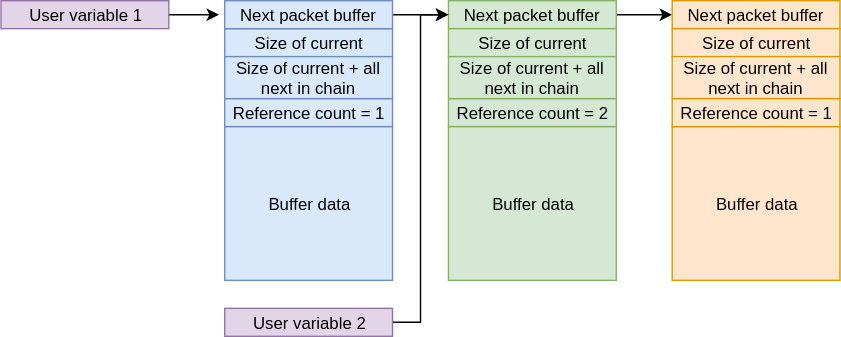
Before: docs/src/pbuf_block_diagram.svg, a diagram exported from draw.io (gopimn/GSM_AT_Lib_res). Source tidied: cells renumbered, new cells last; positions are measured from the earlier drawing's top-left corner, leaving out a move shared by most shapes.
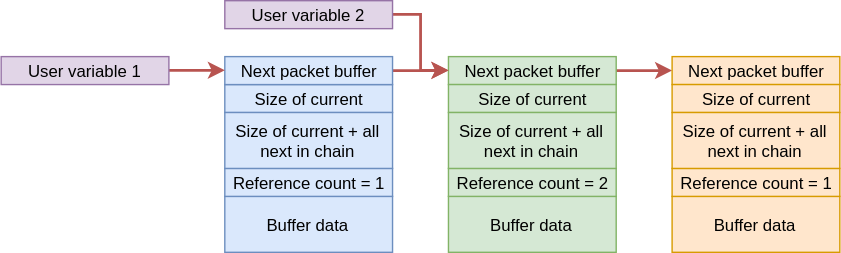
After the change.

Diff of the diagram source:
```diff
@@ -3,36 +3,36 @@
     <mxCell id="0" />
     <mxCell id="1" parent="0" />
     <mxCell id="2" value="Buffer data" style="rounded=0;whiteSpace=wrap;html=1;fontSize=12;fillColor=#dae8fc;strokeColor=#6c8ebf;" parent="1" vertex="1">
-      <mxGeometry x="160" y="90" width="120" height="110" as="geometry" />
+      <mxGeometry x="160" y="100" width="120" height="40" as="geometry" />
     </mxCell>
     <mxCell id="3" value="Reference count = 1" style="rounded=0;whiteSpace=wrap;html=1;fontSize=12;fillColor=#dae8fc;strokeColor=#6c8ebf;" parent="1" vertex="1">
-      <mxGeometry x="160" y="70" width="120" height="20" as="geometry" />
+      <mxGeometry x="160" y="80" width="120" height="20" as="geometry" />
     </mxCell>
     <mxCell id="4" value="Size of current" style="rounded=0;whiteSpace=wrap;html=1;fontSize=12;fillColor=#dae8fc;strokeColor=#6c8ebf;" parent="1" vertex="1">
       <mxGeometry x="160" y="20" width="120" height="20" as="geometry" />
     </mxCell>
     <mxCell id="5" value="Buffer data" style="rounded=0;whiteSpace=wrap;html=1;fontSize=12;fillColor=#d5e8d4;strokeColor=#82b366;" parent="1" vertex="1">
-      <mxGeometry x="320" y="90" width="120" height="110" as="geometry" />
+      <mxGeometry x="320" y="100" width="120" height="40" as="geometry" />
     </mxCell>
     <mxCell id="6" value="Reference count = 2" style="rounded=0;whiteSpace=wrap;html=1;fontSize=12;fillColor=#d5e8d4;strokeColor=#82b366;" parent="1" vertex="1">
-      <mxGeometry x="320" y="70" width="120" height="20" as="geometry" />
+      <mxGeometry x="320" y="80" width="120" height="20" as="geometry" />
     </mxCell>
-    <mxCell id="7" style="edgeStyle=orthogonalEdgeStyle;rounded=0;html=1;jettySize=auto;fontSize=12;" parent="1" edge="1" source="8" target="11">
+    <mxCell id="7" style="edgeStyle=orthogonalEdgeStyle;rounded=0;html=1;jettySize=auto;fontSize=12;strokeWidth=2;fillColor=#f8cecc;strokeColor=#b85450;" parent="1" edge="1" source="8" target="11">
       <mxGeometry relative="1" as="geometry" />
     </mxCell>
     <mxCell id="8" value="Next packet buffer" style="rounded=0;whiteSpace=wrap;html=1;fontSize=12;fillColor=#d5e8d4;strokeColor=#82b366;" parent="1" vertex="1">
       <mxGeometry x="320" width="120" height="20" as="geometry" />
     </mxCell>
     <mxCell id="9" value="Buffer data" style="rounded=0;whiteSpace=wrap;html=1;fontSize=12;fillColor=#ffe6cc;strokeColor=#d79b00;" parent="1" vertex="1">
-      <mxGeometry x="480" y="90" width="120" height="110" as="geometry" />
+      <mxGeometry x="480" y="100" width="120" height="40" as="geometry" />
     </mxCell>
     <mxCell id="10" value="Reference count = 1" style="rounded=0;whiteSpace=wrap;html=1;fontSize=12;fillColor=#ffe6cc;strokeColor=#d79b00;" parent="1" vertex="1">
-      <mxGeometry x="480" y="70" width="120" height="20" as="geometry" />
+      <mxGeometry x="480" y="80" width="120" height="20" as="geometry" />
     </mxCell>
     <mxCell id="11" value="Next packet buffer" style="rounded=0;whiteSpace=wrap;html=1;fontSize=12;fillColor=#ffe6cc;strokeColor=#d79b00;" parent="1" vertex="1">
       <mxGeometry x="480" width="120" height="20" as="geometry" />
     </mxCell>
-    <mxCell id="12" style="edgeStyle=orthogonalEdgeStyle;rounded=0;html=1;jettySize=auto;fontSize=12;" parent="1" edge="1" source="13" target="8">
+    <mxCell id="12" style="edgeStyle=orthogonalEdgeStyle;rounded=0;html=1;jettySize=auto;fontSize=12;strokeWidth=2;fillColor=#f8cecc;strokeColor=#b85450;" parent="1" edge="1" source="13" target="8">
       <mxGeometry relative="1" as="geometry" />
     </mxCell>
     <mxCell id="13" value="Next packet buffer" style="rounded=0;whiteSpace=wrap;html=1;fontSize=12;fillColor=#dae8fc;strokeColor=#6c8ebf;" parent="1" vertex="1">
@@ -45,31 +45,31 @@
       <mxGeometry x="480" y="20" width="120" height="20" as="geometry" />
     </mxCell>
     <mxCell id="16" value="Size of current + all next in chain" style="rounded=0;whiteSpace=wrap;html=1;fontSize=12;fillColor=#dae8fc;strokeColor=#6c8ebf;" parent="1" vertex="1">
-      <mxGeometry x="160" y="40" width="120" height="30" as="geometry" />
+      <mxGeometry x="160" y="40" width="120" height="40" as="geometry" />
     </mxCell>
     <mxCell id="17" value="Size of current + all next in chain" style="rounded=0;whiteSpace=wrap;html=1;fontSize=12;fillColor=#d5e8d4;strokeColor=#82b366;" parent="1" vertex="1">
-      <mxGeometry x="320" y="40" width="120" height="30" as="geometry" />
+      <mxGeometry x="320" y="40" width="120" height="40" as="geometry" />
     </mxCell>
     <mxCell id="18" value="Size of current + all next in chain" style="rounded=0;whiteSpace=wrap;html=1;fontSize=12;fillColor=#ffe6cc;strokeColor=#d79b00;" parent="1" vertex="1">
-      <mxGeometry x="480" y="40" width="120" height="30" as="geometry" />
+      <mxGeometry x="480" y="40" width="120" height="40" as="geometry" />
     </mxCell>
-    <mxCell id="19" style="edgeStyle=orthogonalEdgeStyle;rounded=0;html=1;exitX=1;exitY=0.5;entryX=-0.03;entryY=0.51;entryPerimeter=0;jettySize=auto;fontSize=12;" parent="1" edge="1" source="20" target="13">
+    <mxCell id="19" style="edgeStyle=orthogonalEdgeStyle;rounded=0;jettySize=auto;html=1;exitX=1;exitY=0.5;exitDx=0;exitDy=0;entryX=0;entryY=0.5;entryDx=0;entryDy=0;strokeWidth=2;fillColor=#f8cecc;strokeColor=#b85450;" parent="1" edge="1" source="20" target="13">
       <mxGeometry relative="1" as="geometry" />
     </mxCell>
     <mxCell id="20" value="User variable 1" style="rounded=0;whiteSpace=wrap;html=1;fontSize=12;fillColor=#e1d5e7;strokeColor=#9673a6;" parent="1" vertex="1">
       <mxGeometry width="120" height="20" as="geometry" />
     </mxCell>
-    <mxCell id="21" style="edgeStyle=orthogonalEdgeStyle;rounded=0;html=1;exitX=1;exitY=0.5;jettySize=auto;fontSize=12;" parent="1" edge="1" source="22">
+    <mxCell id="21" style="edgeStyle=orthogonalEdgeStyle;rounded=0;html=1;exitX=1;exitY=0.5;jettySize=auto;fontSize=12;strokeWidth=2;fillColor=#f8cecc;strokeColor=#b85450;" parent="1" edge="1" source="22">
       <mxGeometry relative="1" as="geometry">
         <mxPoint x="320" y="10" as="targetPoint" />
         <Array as="points">
-          <mxPoint x="300" y="230" />
+          <mxPoint x="300" y="-30" />
           <mxPoint x="300" y="10" />
         </Array>
       </mxGeometry>
     </mxCell>
     <mxCell id="22" value="User variable 2" style="rounded=0;whiteSpace=wrap;html=1;fontSize=12;fillColor=#e1d5e7;strokeColor=#9673a6;" parent="1" vertex="1">
-      <mxGeometry x="160" y="220" width="120" height="20" as="geometry" />
+      <mxGeometry x="160" y="-40" width="120" height="20" as="geometry" />
     </mxCell>
   </root>
 </mxGraphModel>
```
